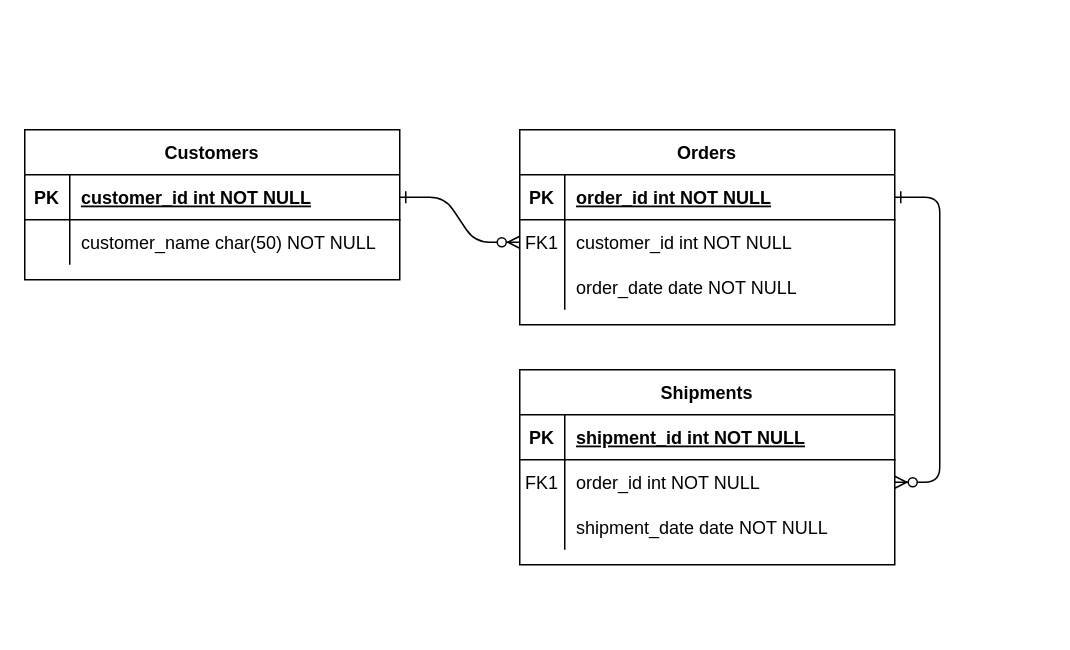
Maurice-Tam/draw.io keeps this draw.io diagram as ER-PGMEMTD.drawio. Above is the earlier version. Source tidied: cells renumbered, new cells numbered last; positions are measured from the earlier drawing's top-left corner, leaving out a move shared by most shapes. Both pictures are drawn from the tidied source at 150%, with x=0, y=0 at pixel (24, 129).
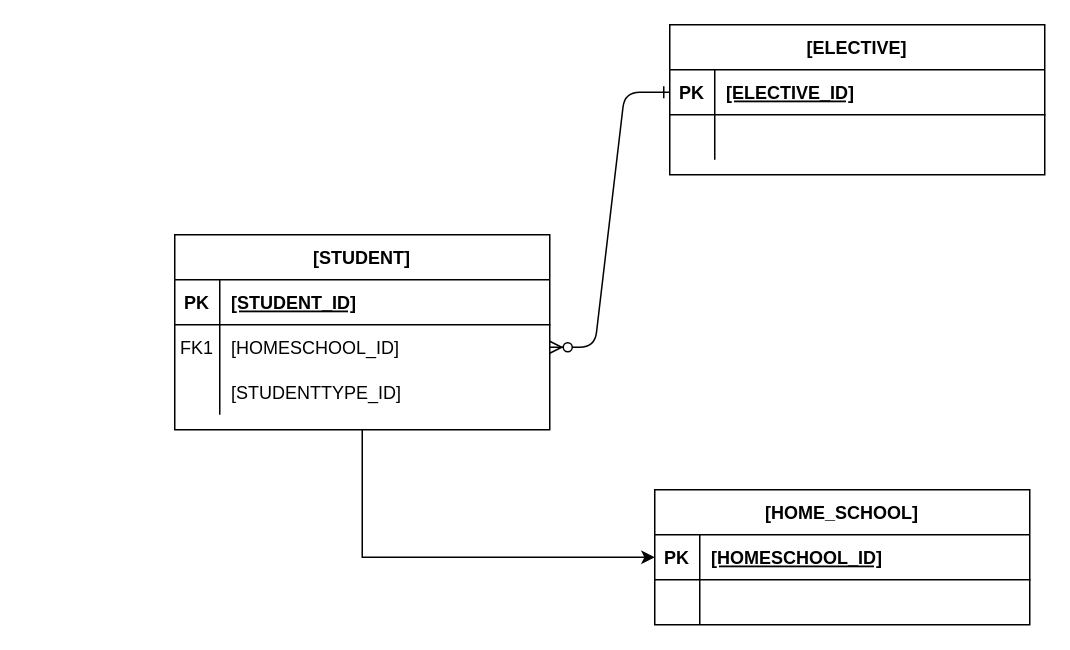
The same page after the edit.

Unchanged cells that the change refers to:
```xml
<mxCell id="5" style="shape=partialRectangle;fillColor=none;points=[[0,0.5],[1,0.5]];portConstraint=eastwest;top=0;left=0;right=0;bottom=1;" parent="4" vertex="1">
  <mxGeometry y="30" width="250" height="30" as="geometry" />
</mxCell>
<mxCell id="8" style="shape=partialRectangle;fillColor=none;points=[[0,0.5],[1,0.5]];portConstraint=eastwest;top=0;left=0;right=0;bottom=0;" parent="4" vertex="1">
  <mxGeometry y="60" width="250" height="30" as="geometry" />
</mxCell>
<mxCell id="11" style="shape=partialRectangle;fillColor=none;top=0;left=0;right=0;bottom=0;" parent="4" vertex="1">
  <mxGeometry y="90" width="250" height="30" as="geometry" />
</mxCell>
<mxCell id="25" style="shape=partialRectangle;fillColor=none;points=[[0,0.5],[1,0.5]];portConstraint=eastwest;top=0;left=0;right=0;bottom=1;" parent="24" vertex="1">
  <mxGeometry y="30" width="250" height="30" as="geometry" />
</mxCell>
<mxCell id="28" style="shape=partialRectangle;fillColor=none;top=0;left=0;right=0;bottom=0;" parent="24" vertex="1">
  <mxGeometry y="60" width="250" height="30" as="geometry" />
</mxCell>
```

What changed in the source:
```diff
@@
-    <mxCell id="3" style="edgeStyle=entityRelationEdgeStyle;endArrow=ERzeroToMany;startArrow=ERone;endFill=1;startFill=0;" parent="1" edge="1" source="5" target="18">
-      <mxGeometry relative="1" as="geometry" />
-    </mxCell>
+    <mxCell id="31" style="edgeStyle=orthogonalEdgeStyle;rounded=0;jettySize=auto;html=1;exitX=0.5;exitY=1;exitDx=0;exitDy=0;entryX=0;entryY=0.5;entryDx=0;entryDy=0;" parent="1" edge="1" source="4" target="15">
+      <mxGeometry relative="1" as="geometry" />
+    </mxCell>
-    <mxCell id="4" value="Orders" style="shape=table;startSize=30;childLayout=tableLayout;rowLines=0;fontStyle=1;align=center;" parent="1" vertex="1">
-      <mxGeometry x="330" width="250" height="130" as="geometry" />
+    <mxCell id="4" value="[STUDENT]" style="shape=table;startSize=30;childLayout=tableLayout;rowLines=0;fontStyle=1;align=center;" parent="1" vertex="1">
+      <mxGeometry x="100" y="70" width="250" height="130" as="geometry" />
     </mxCell>
@@
-    <mxCell id="7" value="order_id int NOT NULL " style="shape=partialRectangle;overflow=hidden;fillColor=none;top=0;left=0;bottom=0;right=0;align=left;spacingLeft=6;fontStyle=5;" parent="5" vertex="1">
+    <mxCell id="7" value="[STUDENT_ID]" style="shape=partialRectangle;overflow=hidden;fillColor=none;top=0;left=0;bottom=0;right=0;align=left;spacingLeft=6;fontStyle=5;" parent="5" vertex="1">
       <mxGeometry x="30" width="220" height="30" as="geometry" />
     </mxCell>
@@
-    <mxCell id="10" value="customer_id int NOT NULL" style="shape=partialRectangle;overflow=hidden;fillColor=none;top=0;left=0;bottom=0;right=0;align=left;spacingLeft=6;" parent="8" vertex="1">
+    <mxCell id="10" value="[HOMESCHOOL_ID]" style="shape=partialRectangle;overflow=hidden;fillColor=none;top=0;left=0;bottom=0;right=0;align=left;spacingLeft=6;" parent="8" vertex="1">
       <mxGeometry x="30" width="220" height="30" as="geometry" />
     </mxCell>
@@
-    <mxCell id="13" value="order_date date NOT NULL" style="shape=partialRectangle;overflow=hidden;fillColor=none;top=0;left=0;bottom=0;right=0;align=left;spacingLeft=6;" parent="11" vertex="1">
+    <mxCell id="13" value="[STUDENTTYPE_ID]" style="shape=partialRectangle;overflow=hidden;fillColor=none;top=0;left=0;bottom=0;right=0;align=left;spacingLeft=6;" parent="11" vertex="1">
       <mxGeometry x="30" width="220" height="30" as="geometry" />
     </mxCell>
-    <mxCell id="14" value="Shipments" style="shape=table;startSize=30;childLayout=tableLayout;rowLines=0;fontStyle=1;align=center;" parent="1" vertex="1">
-      <mxGeometry x="330" y="160" width="250" height="130" as="geometry" />
-    </mxCell>
-    <mxCell id="15" style="shape=partialRectangle;fillColor=none;points=[[0,0.5],[1,0.5]];portConstraint=eastwest;top=0;left=0;right=0;bottom=1;" parent="14" vertex="1">
-      <mxGeometry y="30" width="250" height="30" as="geometry" />
-    </mxCell>
-    <mxCell id="16" value="PK" style="shape=partialRectangle;overflow=hidden;fillColor=none;top=0;left=0;bottom=0;right=0;fontStyle=1;" parent="15" vertex="1">
-      <mxGeometry width="30" height="30" as="geometry" />
-    </mxCell>
-    <mxCell id="17" value="shipment_id int NOT NULL " style="shape=partialRectangle;overflow=hidden;fillColor=none;top=0;left=0;bottom=0;right=0;align=left;spacingLeft=6;fontStyle=5;" parent="15" vertex="1">
-      <mxGeometry x="30" width="220" height="30" as="geometry" />
-    </mxCell>
-    <mxCell id="18" style="shape=partialRectangle;fillColor=none;points=[[0,0.5],[1,0.5]];portConstraint=eastwest;top=0;left=0;right=0;bottom=0;" parent="14" vertex="1">
-      <mxGeometry y="60" width="250" height="30" as="geometry" />
-    </mxCell>
-    <mxCell id="19" value="FK1" style="shape=partialRectangle;overflow=hidden;fillColor=none;top=0;left=0;bottom=0;right=0;" parent="18" vertex="1">
-      <mxGeometry width="30" height="30" as="geometry" />
-    </mxCell>
-    <mxCell id="20" value="order_id int NOT NULL" style="shape=partialRectangle;overflow=hidden;fillColor=none;top=0;left=0;bottom=0;right=0;align=left;spacingLeft=6;" parent="18" vertex="1">
-      <mxGeometry x="30" width="220" height="30" as="geometry" />
-    </mxCell>
-    <mxCell id="21" style="shape=partialRectangle;fillColor=none;top=0;left=0;right=0;bottom=0;" parent="14" vertex="1">
-      <mxGeometry y="90" width="250" height="30" as="geometry" />
-    </mxCell>
-    <mxCell id="22" style="shape=partialRectangle;overflow=hidden;fillColor=none;top=0;left=0;bottom=0;right=0;" parent="21" vertex="1">
-      <mxGeometry width="30" height="30" as="geometry" />
-    </mxCell>
-    <mxCell id="23" value="shipment_date date NOT NULL" style="shape=partialRectangle;overflow=hidden;fillColor=none;top=0;left=0;bottom=0;right=0;align=left;spacingLeft=6;" parent="21" vertex="1">
-      <mxGeometry x="30" width="220" height="30" as="geometry" />
-    </mxCell>
-    <mxCell id="24" value="Customers" style="shape=table;startSize=30;childLayout=tableLayout;rowLines=0;fontStyle=1;align=center;" parent="1" vertex="1">
-      <mxGeometry width="250" height="100" as="geometry" />
+    <mxCell id="24" value="[ELECTIVE]" style="shape=table;startSize=30;childLayout=tableLayout;rowLines=0;fontStyle=1;align=center;" parent="1" vertex="1">
+      <mxGeometry x="430" y="-70" width="250" height="100" as="geometry" />
     </mxCell>
@@
-    <mxCell id="27" value="customer_id int NOT NULL " style="shape=partialRectangle;overflow=hidden;fillColor=none;top=0;left=0;bottom=0;right=0;align=left;spacingLeft=6;fontStyle=5;" parent="25" vertex="1">
+    <mxCell id="27" value="[ELECTIVE_ID]" style="shape=partialRectangle;overflow=hidden;fillColor=none;top=0;left=0;bottom=0;right=0;align=left;spacingLeft=6;fontStyle=5;" parent="25" vertex="1">
       <mxGeometry x="30" width="220" height="30" as="geometry" />
     </mxCell>
@@
-    <mxCell id="30" value="customer_name char(50) NOT NULL" style="shape=partialRectangle;overflow=hidden;fillColor=none;top=0;left=0;bottom=0;right=0;align=left;spacingLeft=6;" parent="28" vertex="1">
+    <mxCell id="30" style="shape=partialRectangle;overflow=hidden;fillColor=none;top=0;left=0;bottom=0;right=0;align=left;spacingLeft=6;" parent="28" vertex="1">
       <mxGeometry x="30" width="220" height="30" as="geometry" />
     </mxCell>
+    <mxCell id="32" value="[HOME_SCHOOL]" style="shape=table;startSize=30;childLayout=tableLayout;rowLines=0;fontStyle=1;align=center;" parent="1" vertex="1">
+      <mxGeometry x="420" y="240" width="250" height="90" as="geometry" />
+    </mxCell>
+    <mxCell id="15" style="shape=partialRectangle;fillColor=none;points=[[0,0.5],[1,0.5]];portConstraint=eastwest;top=0;left=0;right=0;bottom=1;" parent="32" vertex="1">
+      <mxGeometry y="30" width="250" height="30" as="geometry" />
+    </mxCell>
+    <mxCell id="16" value="PK" style="shape=partialRectangle;overflow=hidden;fillColor=none;top=0;left=0;bottom=0;right=0;fontStyle=1;" parent="15" vertex="1">
+      <mxGeometry width="30" height="30" as="geometry" />
+    </mxCell>
+    <mxCell id="33" value="[HOMESCHOOL_ID]" style="shape=partialRectangle;overflow=hidden;fillColor=none;top=0;left=0;bottom=0;right=0;align=left;spacingLeft=6;fontStyle=5;" parent="15" vertex="1">
+      <mxGeometry x="30" width="220" height="30" as="geometry" />
+    </mxCell>
+    <mxCell id="18" style="shape=partialRectangle;fillColor=none;points=[[0,0.5],[1,0.5]];portConstraint=eastwest;top=0;left=0;right=0;bottom=0;" parent="32" vertex="1">
+      <mxGeometry y="60" width="250" height="30" as="geometry" />
+    </mxCell>
+    <mxCell id="22" style="shape=partialRectangle;overflow=hidden;fillColor=none;top=0;left=0;bottom=0;right=0;" parent="18" vertex="1">
+      <mxGeometry width="30" height="30" as="geometry" />
+    </mxCell>
+    <mxCell id="34" style="shape=partialRectangle;overflow=hidden;fillColor=none;top=0;left=0;bottom=0;right=0;align=left;spacingLeft=6;" parent="18" vertex="1">
+      <mxGeometry x="30" width="220" height="30" as="geometry" />
+    </mxCell>
```
